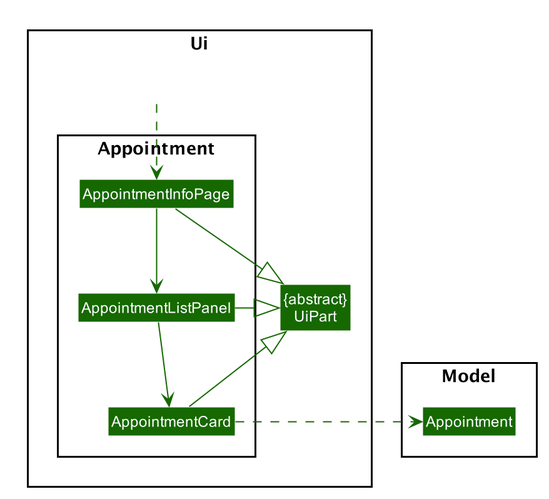
Earlier version of the PlantUML export docs/images/UiAppointmentClassDiagram.png (thutahw/tp). The source it was exported from:
```plantuml
@startuml








skinparam BackgroundColor #FFFFFFF

skinparam Shadowing false

skinparam Class {
    FontColor #FFFFFF
    BorderThickness 1
    BorderColor #FFFFFF
    StereotypeFontColor #FFFFFF
    FontName Arial
}

skinparam Actor {
    BorderColor #000000
    Color #000000
    FontName Arial
}

skinparam Sequence {
    MessageAlign center
    BoxFontSize 15
    BoxPadding 0
    BoxFontColor #FFFFFF
    FontName Arial
}

skinparam Participant {
    FontColor #FFFFFFF
    Padding 20
}

skinparam MinClassWidth 50
skinparam ParticipantPadding 10
skinparam Shadowing false
skinparam DefaultTextAlignment center
skinparam packageStyle Rectangle

hide footbox
hide members
hide circle
skinparam Class {
    BorderColor BACKGROUND_COLOR
    FontColor BACKGROUND_COLOR
    BackgroundColor #166800
    StereotypeFontColor BACKGROUND_COLOR
}
skinparam ArrowColor #166800

package Ui <<Rectangle>> {
Class "{abstract}\nUiPart" as UiPart
Class HiddenOutside #FFFFFF
package Appointment <<Rectangle>> {
Class AppointmentInfoPage
Class AppointmentListPanel
Class AppointmentCard
}
}

package Model <<Rectangle>> {
Class Appointment
}

HiddenOutside ..> AppointmentInfoPage

AppointmentInfoPage -down-> AppointmentListPanel
AppointmentListPanel -down-> AppointmentCard

AppointmentCard .right.> Appointment

AppointmentInfoPage --|> UiPart
AppointmentListPanel -left-|> UiPart
AppointmentCard --|> UiPart

@enduml
```
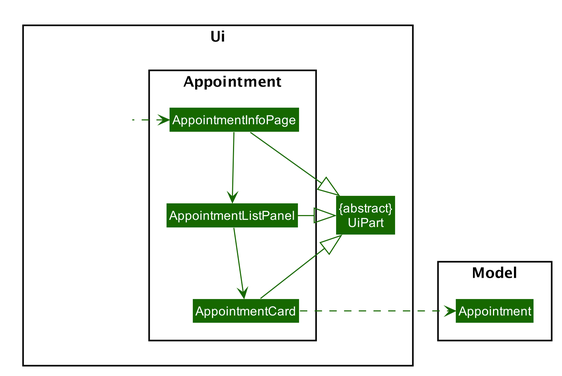
The same file after the commit.

Commit message:
Refactor UI class diagram for cleaner look

Change to the diagram source:
```diff
@@ -69,7 +69,7 @@
 Class Appointment
 }
 
-HiddenOutside ..> AppointmentInfoPage
+HiddenOutside .left.> AppointmentInfoPage
 
 AppointmentInfoPage -down-> AppointmentListPanel
 AppointmentListPanel -down-> AppointmentCard
```
